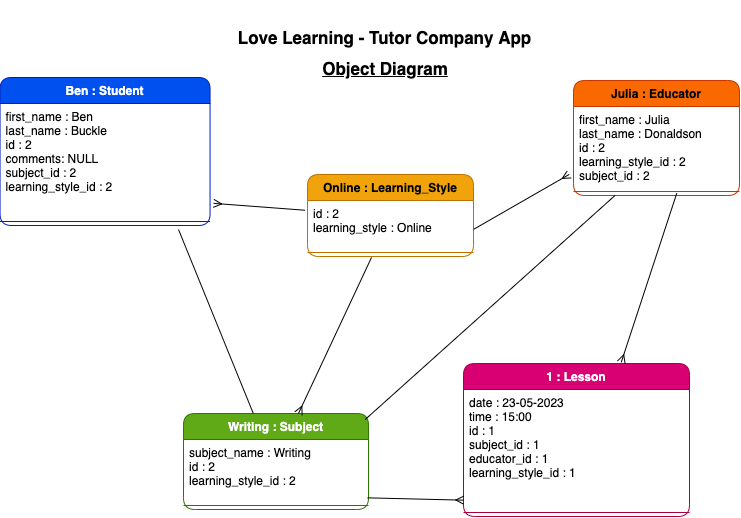
Before: Planning/object2_diagram_tutor_company.png, a diagram exported from draw.io (SdcBartram/LoveLearning_Tutor_Company_Project). Source tidied: cells renumbered, new cells last; positions are measured from the earlier drawing's top-left corner, leaving out a move shared by most shapes.
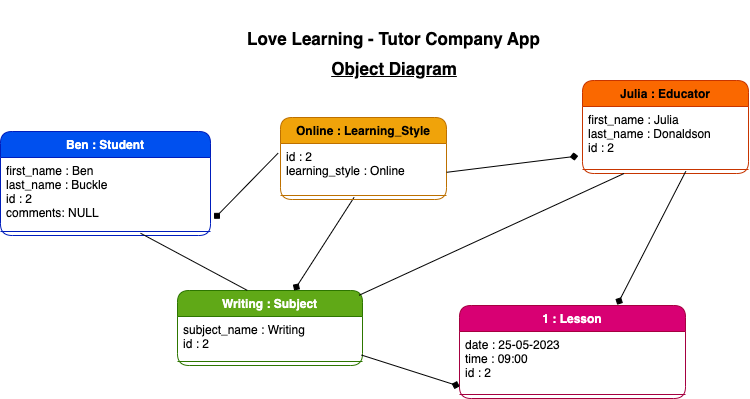
After the commit.

What changed in the source:
```diff
@@ -3,13 +3,13 @@
     <mxCell id="0" />
     <mxCell id="1" parent="0" />
     <mxCell id="2" value="Ben : Student" style="swimlane;fontStyle=1;align=center;verticalAlign=top;horizontal=1;startSize=26;rounded=1;fontColor=#ffffff;fillColor=#0050ef;strokeColor=#001DBC;" parent="1" vertex="1">
-      <mxGeometry x="-0.5" y="77" width="210" height="148" as="geometry" />
+      <mxGeometry x="-9" y="131" width="210" height="104" as="geometry" />
     </mxCell>
-    <mxCell id="3" value="first_name : Ben&#10;last_name : Buckle&#10;id : 2&#10;comments: NULL&#10;subject_id : 2&#10;learning_style_id : 2" style="text;strokeColor=none;fillColor=none;align=left;verticalAlign=top;spacingLeft=4;spacingRight=4;overflow=hidden;points=[[0,0.5],[1,0.5]];portConstraint=eastwest;rounded=1;fontColor=#000000;" parent="2" vertex="1">
-      <mxGeometry y="26" width="210" height="114" as="geometry" />
+    <mxCell id="3" value="first_name : Ben&#10;last_name : Buckle&#10;id : 2&#10;comments: NULL&#10;" style="text;strokeColor=none;fillColor=none;align=left;verticalAlign=top;spacingLeft=4;spacingRight=4;overflow=hidden;points=[[0,0.5],[1,0.5]];portConstraint=eastwest;rounded=1;fontColor=#000000;" parent="2" vertex="1">
+      <mxGeometry y="26" width="210" height="70" as="geometry" />
     </mxCell>
     <mxCell id="4" style="line;strokeWidth=1;fillColor=none;align=left;verticalAlign=middle;spacingTop=-1;spacingLeft=3;spacingRight=3;labelPosition=right;points=[];portConstraint=eastwest;strokeColor=inherit;rounded=1;fontColor=#000000;" parent="2" vertex="1">
-      <mxGeometry y="140" width="210" height="8" as="geometry" />
+      <mxGeometry y="96" width="210" height="8" as="geometry" />
     </mxCell>
     <mxCell id="5" value="&lt;p style=&quot;line-height: 160%; font-size: 17px;&quot;&gt;Love Learning - Tutor Company App&lt;/p&gt;" style="text;html=1;strokeColor=none;fillColor=none;align=center;verticalAlign=middle;whiteSpace=wrap;rounded=1;fontStyle=1;fontSize=17;fontColor=#000000;" parent="1" vertex="1">
       <mxGeometry x="231" width="307" height="77" as="geometry" />
@@ -18,39 +18,37 @@
       <mxGeometry x="274" y="43" width="222" height="52" as="geometry" />
     </mxCell>
     <mxCell id="7" value="Writing : Subject" style="swimlane;fontStyle=1;align=center;verticalAlign=top;horizontal=1;startSize=26;rounded=1;fontColor=#ffffff;fillColor=#60a917;strokeColor=#2D7600;" parent="1" vertex="1">
-      <mxGeometry x="183" y="413" width="185" height="96" as="geometry" />
+      <mxGeometry x="168" y="290" width="185" height="75" as="geometry" />
     </mxCell>
-    <mxCell id="8" value="subject_name : Writing&#10;id : 2&#10;learning_style_id : 2" style="text;strokeColor=none;fillColor=none;align=left;verticalAlign=top;spacingLeft=4;spacingRight=4;overflow=hidden;points=[[0,0.5],[1,0.5]];portConstraint=eastwest;rounded=1;fontColor=#000000;" parent="7" vertex="1">
-      <mxGeometry y="26" width="185" height="62" as="geometry" />
+    <mxCell id="8" value="subject_name : Writing&#10;id : 2" style="text;strokeColor=none;fillColor=none;align=left;verticalAlign=top;spacingLeft=4;spacingRight=4;overflow=hidden;points=[[0,0.5],[1,0.5]];portConstraint=eastwest;rounded=1;fontColor=#000000;" parent="7" vertex="1">
+      <mxGeometry y="26" width="185" height="41" as="geometry" />
     </mxCell>
     <mxCell id="9" style="line;strokeWidth=1;fillColor=none;align=left;verticalAlign=middle;spacingTop=-1;spacingLeft=3;spacingRight=3;labelPosition=right;strokeColor=inherit;rounded=1;fontColor=#000000;" parent="7" vertex="1">
-      <mxGeometry y="88" width="185" height="8" as="geometry" />
+      <mxGeometry y="67" width="185" height="8" as="geometry" />
     </mxCell>
     <mxCell id="10" value="Julia : Educator" style="swimlane;fontStyle=1;align=center;verticalAlign=top;horizontal=1;startSize=26;rounded=1;fontColor=#000000;fillColor=#fa6800;strokeColor=#C73500;" parent="1" vertex="1">
-      <mxGeometry x="573" y="80" width="166" height="115" as="geometry" />
+      <mxGeometry x="573" y="80" width="166" height="93" as="geometry" />
     </mxCell>
-    <mxCell id="11" value="first_name : Julia&#10;last_name : Donaldson&#10;id : 2&#10;learning_style_id : 2&#10;subject_id : 2" style="text;strokeColor=none;fillColor=none;align=left;verticalAlign=top;spacingLeft=4;spacingRight=4;overflow=hidden;points=[[0,0.5],[1,0.5]];portConstraint=eastwest;rounded=1;fontColor=#000000;" parent="10" vertex="1">
-      <mxGeometry y="26" width="166" height="81" as="geometry" />
+    <mxCell id="11" value="first_name : Julia&#10;last_name : Donaldson&#10;id : 2&#10;" style="text;strokeColor=none;fillColor=none;align=left;verticalAlign=top;spacingLeft=4;spacingRight=4;overflow=hidden;points=[[0,0.5],[1,0.5]];portConstraint=eastwest;rounded=1;fontColor=#000000;" parent="10" vertex="1">
+      <mxGeometry y="26" width="166" height="59" as="geometry" />
     </mxCell>
     <mxCell id="12" style="line;strokeWidth=1;fillColor=none;align=left;verticalAlign=middle;spacingTop=-1;spacingLeft=3;spacingRight=3;labelPosition=right;points=[];portConstraint=eastwest;strokeColor=inherit;rounded=1;fontColor=#000000;" parent="10" vertex="1">
-      <mxGeometry y="107" width="166" height="8" as="geometry" />
+      <mxGeometry y="85" width="166" height="8" as="geometry" />
     </mxCell>
     <mxCell id="13" value="1 : Lesson" style="swimlane;fontStyle=1;align=center;verticalAlign=top;horizontal=1;startSize=26;rounded=1;fontColor=#ffffff;fillColor=#d80073;strokeColor=#A50040;" parent="1" vertex="1">
-      <mxGeometry x="463" y="363" width="226" height="153" as="geometry" />
+      <mxGeometry x="450" y="305" width="226" height="93" as="geometry" />
     </mxCell>
-    <mxCell id="14" value="date : 23-05-2023&#10;time : 15:00&#10;id : 1&#10;subject_id : 1&#10;educator_id : 1&#10;learning_style_id : 1" style="text;strokeColor=none;fillColor=none;align=left;verticalAlign=top;spacingLeft=4;spacingRight=4;overflow=hidden;points=[[0,0.5],[1,0.5]];portConstraint=eastwest;rounded=1;fontColor=#000000;" parent="13" vertex="1">
-      <mxGeometry y="26" width="226" height="119" as="geometry" />
+    <mxCell id="14" value="date : 25-05-2023&#10;time : 09:00&#10;id : 2&#10;" style="text;strokeColor=none;fillColor=none;align=left;verticalAlign=top;spacingLeft=4;spacingRight=4;overflow=hidden;points=[[0,0.5],[1,0.5]];portConstraint=eastwest;rounded=1;fontColor=#000000;" parent="13" vertex="1">
+      <mxGeometry y="26" width="226" height="59" as="geometry" />
     </mxCell>
     <mxCell id="15" style="line;strokeWidth=1;fillColor=none;align=left;verticalAlign=middle;spacingTop=-1;spacingLeft=3;spacingRight=3;labelPosition=right;strokeColor=inherit;rounded=1;fontColor=#000000;" parent="13" vertex="1">
-      <mxGeometry y="145" width="226" height="8" as="geometry" />
+      <mxGeometry y="85" width="226" height="8" as="geometry" />
     </mxCell>
-    <mxCell id="16" style="html=1;fontSize=17;endArrow=ERmany;endFill=0;fontColor=#000000;strokeColor=#000000;" parent="1" edge="1" target="7">
-      <mxGeometry relative="1" as="geometry">
-        <mxPoint x="371" y="257" as="sourcePoint" />
-      </mxGeometry>
+    <mxCell id="16" style="html=1;fontSize=17;endArrow=diamond;endFill=1;fontColor=#000000;strokeColor=#000000;exitX=0.443;exitY=0.74;exitDx=0;exitDy=0;exitPerimeter=0;" parent="1" edge="1" source="19" target="7">
+      <mxGeometry relative="1" as="geometry" />
     </mxCell>
     <mxCell id="17" value="Online : Learning_Style" style="swimlane;fontStyle=1;align=center;verticalAlign=top;horizontal=1;startSize=26;rounded=1;fillColor=#f0a30a;strokeColor=#BD7000;fontColor=#000000;" parent="1" vertex="1">
-      <mxGeometry x="307" y="174" width="166" height="82" as="geometry" />
+      <mxGeometry x="271" y="117" width="166" height="82" as="geometry" />
     </mxCell>
     <mxCell id="18" value="id : 2&#10;learning_style : Online" style="text;strokeColor=none;fillColor=none;align=left;verticalAlign=top;spacingLeft=4;spacingRight=4;overflow=hidden;points=[[0,0.5],[1,0.5]];portConstraint=eastwest;rounded=1;fontColor=#000000;" parent="17" vertex="1">
       <mxGeometry y="26" width="166" height="48" as="geometry" />
@@ -58,25 +56,23 @@
     <mxCell id="19" style="line;strokeWidth=1;fillColor=none;align=left;verticalAlign=middle;spacingTop=-1;spacingLeft=3;spacingRight=3;labelPosition=right;points=[];portConstraint=eastwest;strokeColor=inherit;rounded=1;fontColor=#000000;" parent="17" vertex="1">
       <mxGeometry y="74" width="166" height="8" as="geometry" />
     </mxCell>
-    <mxCell id="20" style="html=1;exitX=1.001;exitY=0.6;exitDx=0;exitDy=0;entryX=-0.026;entryY=0.839;entryDx=0;entryDy=0;fontSize=17;endArrow=ERmany;endFill=0;exitPerimeter=0;entryPerimeter=0;fontColor=#000000;strokeColor=#000000;" parent="1" edge="1" source="18" target="11">
+    <mxCell id="20" style="html=1;exitX=1.001;exitY=0.6;exitDx=0;exitDy=0;entryX=-0.026;entryY=0.839;entryDx=0;entryDy=0;fontSize=17;endArrow=diamond;endFill=1;exitPerimeter=0;entryPerimeter=0;fontColor=#000000;strokeColor=#000000;" parent="1" edge="1" source="18" target="11">
       <mxGeometry relative="1" as="geometry" />
     </mxCell>
-    <mxCell id="21" style="html=1;fontSize=17;endArrow=ERmany;endFill=0;exitX=-0.015;exitY=0.203;exitDx=0;exitDy=0;exitPerimeter=0;entryX=1.017;entryY=0.876;entryDx=0;entryDy=0;entryPerimeter=0;fontColor=#000000;strokeColor=#000000;" parent="1" edge="1" source="18" target="3">
+    <mxCell id="21" style="html=1;fontSize=17;endArrow=diamond;endFill=1;exitX=-0.015;exitY=0.203;exitDx=0;exitDy=0;exitPerimeter=0;entryX=1.017;entryY=0.876;entryDx=0;entryDy=0;entryPerimeter=0;fontColor=#000000;strokeColor=#000000;" parent="1" edge="1" source="18" target="3">
       <mxGeometry relative="1" as="geometry" />
     </mxCell>
     <mxCell id="22" style="endArrow=none;html=1;fontSize=17;entryX=0.25;entryY=1;entryDx=0;entryDy=0;exitX=0.982;exitY=0.063;exitDx=0;exitDy=0;exitPerimeter=0;fontColor=#000000;strokeColor=#000000;startArrow=none;startFill=0;endFill=0;" parent="1" edge="1" source="7" target="10">
       <mxGeometry relative="1" as="geometry" />
     </mxCell>
-    <mxCell id="23" style="html=1;fontSize=17;endArrow=ERmany;endFill=0;entryX=0.698;entryY=-0.008;entryDx=0;entryDy=0;entryPerimeter=0;fontColor=#000000;strokeColor=#000000;exitX=0.622;exitY=0.73;exitDx=0;exitDy=0;exitPerimeter=0;" parent="1" edge="1" source="12" target="13">
+    <mxCell id="23" style="html=1;fontSize=17;endArrow=diamond;endFill=1;entryX=0.698;entryY=-0.008;entryDx=0;entryDy=0;entryPerimeter=0;fontColor=#000000;strokeColor=#000000;exitX=0.622;exitY=0.73;exitDx=0;exitDy=0;exitPerimeter=0;" parent="1" edge="1" source="12" target="13">
       <mxGeometry relative="1" as="geometry" />
     </mxCell>
-    <mxCell id="24" style="html=1;entryX=0.001;entryY=0.93;entryDx=0;entryDy=0;entryPerimeter=0;fontSize=17;startArrow=none;startFill=0;endArrow=ERmany;endFill=0;exitX=0.995;exitY=0.941;exitDx=0;exitDy=0;exitPerimeter=0;fontColor=#000000;strokeColor=#000000;" parent="1" edge="1" source="8" target="14">
+    <mxCell id="24" style="html=1;entryX=0.001;entryY=0.93;entryDx=0;entryDy=0;entryPerimeter=0;fontSize=17;startArrow=none;startFill=0;endArrow=diamond;endFill=1;exitX=0.995;exitY=0.941;exitDx=0;exitDy=0;exitPerimeter=0;fontColor=#000000;strokeColor=#000000;" parent="1" edge="1" source="8" target="14">
       <mxGeometry relative="1" as="geometry" />
     </mxCell>
-    <mxCell id="25" style="edgeStyle=none;html=1;endArrow=none;endFill=0;entryX=0.377;entryY=-0.002;entryDx=0;entryDy=0;entryPerimeter=0;strokeColor=#050505;startArrow=none;startFill=0;" parent="1" edge="1" target="7">
-      <mxGeometry relative="1" as="geometry">
-        <mxPoint x="178" y="229" as="sourcePoint" />
-      </mxGeometry>
+    <mxCell id="25" style="edgeStyle=none;html=1;endArrow=none;endFill=0;entryX=0.377;entryY=-0.002;entryDx=0;entryDy=0;entryPerimeter=0;strokeColor=#050505;startArrow=none;startFill=0;exitX=0.667;exitY=0.719;exitDx=0;exitDy=0;exitPerimeter=0;" parent="1" edge="1" source="4" target="7">
+      <mxGeometry relative="1" as="geometry" />
     </mxCell>
   </root>
 </mxGraphModel>
```
